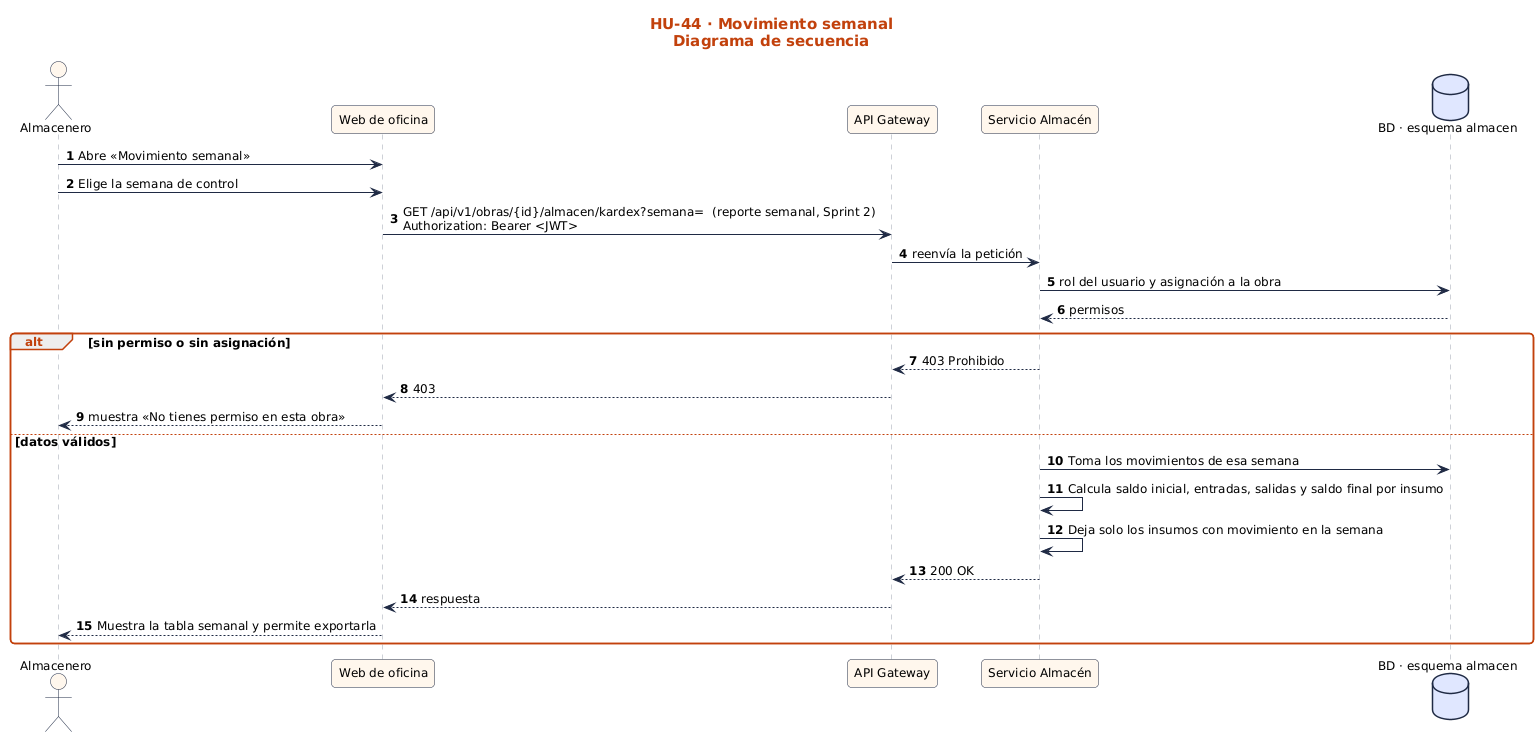
nandoestebanif/sevens-sigro keeps this PlantUML diagram as docs/sprint-2/diagramas-hu/hu-44-movimiento-semanal/secuencia.png. Above is the earlier version.
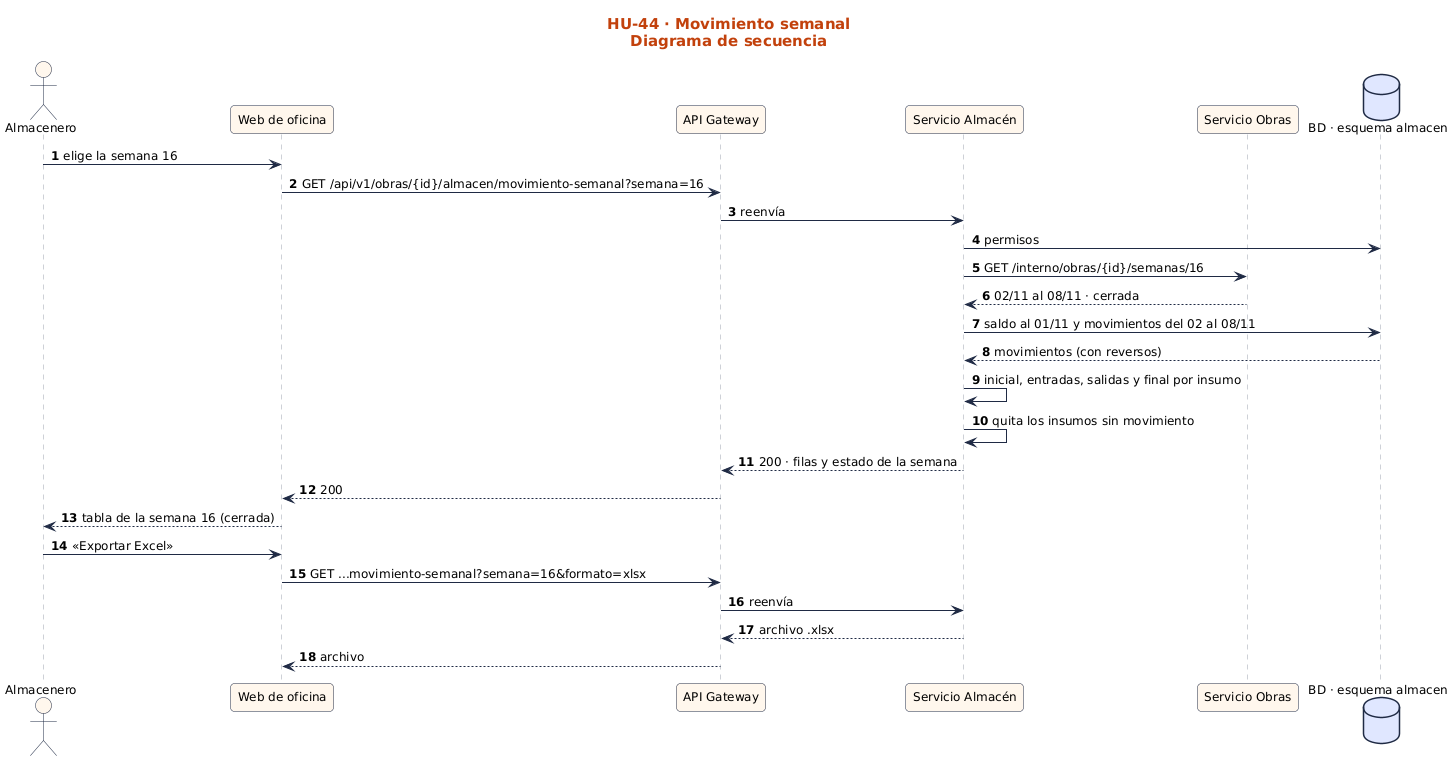
After the commit.

The edit, as a diff of the source:
```diff
@@ -5,24 +5,25 @@
 actor "Almacenero" as U
 participant "Web de oficina" as UI
 participant "API Gateway" as GW
-participant "Servicio Almacén" as S
+participant "Servicio Almacén" as SA
+participant "Servicio Obras" as SO
 database "BD · esquema almacen" as BD
-U -> UI : Abre «Movimiento semanal»
-U -> UI : Elige la semana de control
-UI -> GW : GET /api/v1/obras/{id}/almacen/kardex?semana=  (reporte semanal, Sprint 2)\nAuthorization: Bearer <JWT>
-GW -> S : reenvía la petición
-S -> BD : rol del usuario y asignación a la obra
-BD --> S : permisos
-alt sin permiso o sin asignación
-  S --> GW : 403 Prohibido
-  GW --> UI : 403
-  UI --> U : muestra «No tienes permiso en esta obra»
-else datos válidos
-  S -> BD : Toma los movimientos de esa semana
-  S -> S : Calcula saldo inicial, entradas, salidas y saldo final por insumo
-  S -> S : Deja solo los insumos con movimiento en la semana
-  S --> GW : 200 OK
-  GW --> UI : respuesta
-  UI --> U : Muestra la tabla semanal y permite exportarla
-end
+U -> UI : elige la semana 16
+UI -> GW : GET /api/v1/obras/{id}/almacen/movimiento-semanal?semana=16
+GW -> SA : reenvía
+SA -> BD : permisos
+SA -> SO : GET /interno/obras/{id}/semanas/16
+SO --> SA : 02/11 al 08/11 · cerrada
+SA -> BD : saldo al 01/11 y movimientos del 02 al 08/11
+BD --> SA : movimientos (con reversos)
+SA -> SA : inicial, entradas, salidas y final por insumo
+SA -> SA : quita los insumos sin movimiento
+SA --> GW : 200 · filas y estado de la semana
+GW --> UI : 200
+UI --> U : tabla de la semana 16 (cerrada)
+U -> UI : «Exportar Excel»
+UI -> GW : GET ...movimiento-semanal?semana=16&formato=xlsx
+GW -> SA : reenvía
+SA --> GW : archivo .xlsx
+GW --> UI : archivo
 @enduml
```
